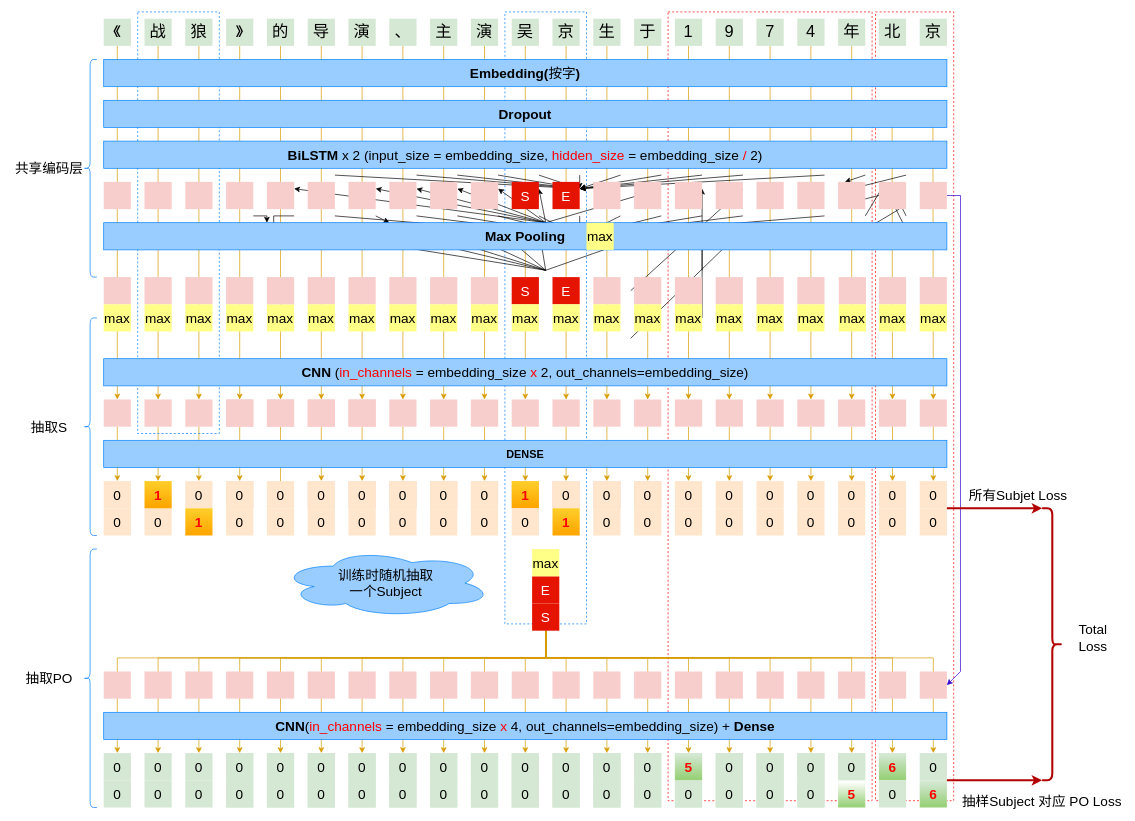
Above: 99_resources/11_img/Untitled Diagram.drawio in dataml-cn/playground (draw.io), before the change. Source tidied: cells renumbered, new cells numbered last; positions are measured from the earlier drawing's top-left corner, leaving out a move shared by most shapes. Both pictures are drawn from the tidied source at 68%, with x=0, y=0 at pixel (12, 12).
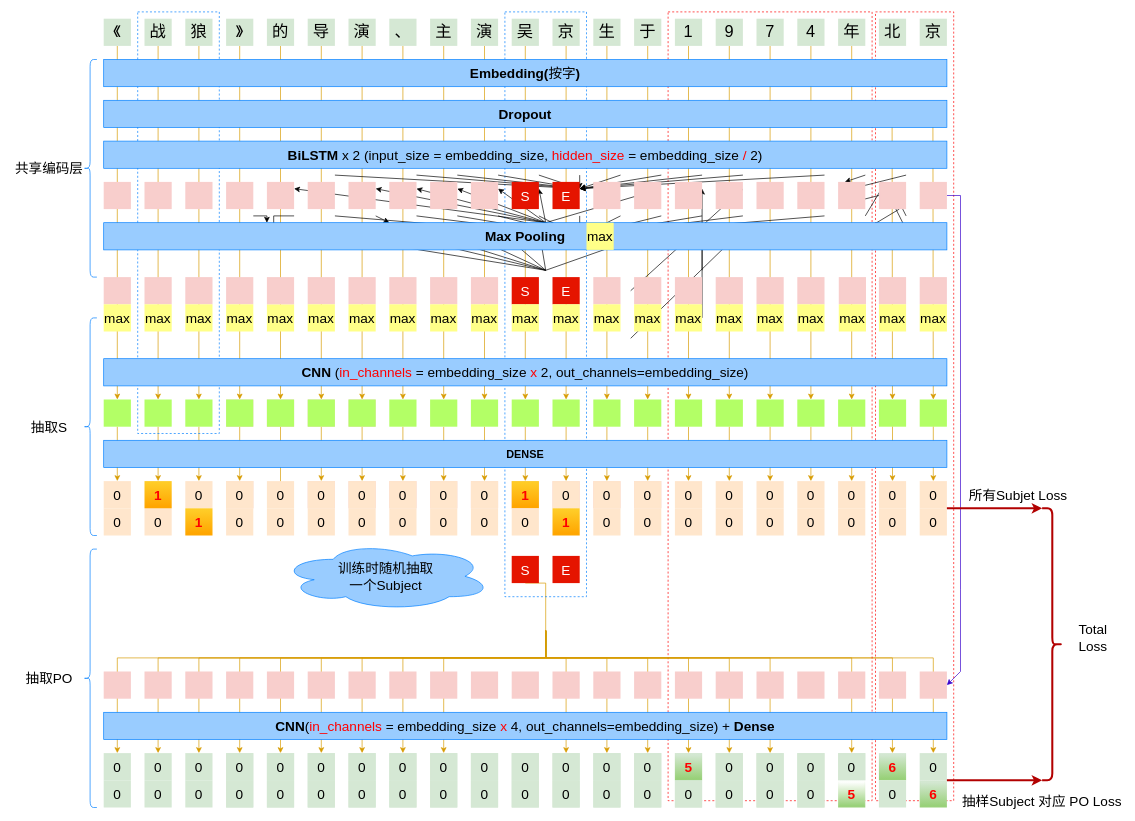
Above is the later version.

Unchanged cells that the change refers to:
```xml
<mxCell id="249" value="0" style="shape=ext;double=1;rounded=0;whiteSpace=wrap;html=1;fillColor=#d5e8d4;strokeColor=none;fontSize=20;" parent="1" vertex="1">
  <mxGeometry x="675" y="1090" width="40" height="40" as="geometry" />
</mxCell>
<mxCell id="251" value="0" style="shape=ext;double=1;rounded=0;whiteSpace=wrap;html=1;fillColor=#d5e8d4;strokeColor=none;fontSize=20;" parent="1" vertex="1">
  <mxGeometry x="735" y="1090" width="40" height="40" as="geometry" />
</mxCell>
<mxCell id="265" value="0" style="shape=ext;double=1;rounded=0;whiteSpace=wrap;html=1;fillColor=#d5e8d4;strokeColor=none;fontSize=20;" parent="1" vertex="1">
  <mxGeometry x="1155" y="1090" width="40" height="40" as="geometry" />
</mxCell>
```

Change to the diagram source:
```diff
@@
     <mxCell id="33" style="rounded=0;whiteSpace=wrap;html=1;shadow=0;glass=0;sketch=0;strokeColor=#007FFF;gradientColor=none;dashed=1;fillColor=none;" parent="1" vertex="1">
-      <mxGeometry x="725" width="120" height="900" as="geometry" />
+      <mxGeometry x="725" width="120" height="860" as="geometry" />
     </mxCell>
@@
-    <mxCell id="41" style="edgeStyle=orthogonalEdgeStyle;rounded=0;jettySize=auto;html=1;fillColor=#ffe6cc;strokeColor=#d79b00;entryX=0.5;entryY=0;entryDx=0;entryDy=0;exitX=0.5;exitY=1;exitDx=0;exitDy=0;" parent="1" edge="1" source="300" target="265">
-      <mxGeometry relative="1" as="geometry">
-        <Array as="points">
-          <mxPoint x="785" y="950" />
-          <mxPoint x="1175" y="950" />
-        </Array>
-      </mxGeometry>
-    </mxCell>
@@
-    <mxCell id="48" style="edgeStyle=orthogonalEdgeStyle;rounded=0;jettySize=auto;html=1;fillColor=#ffe6cc;strokeColor=#d79b00;entryX=0.5;entryY=0;entryDx=0;entryDy=0;exitX=0.5;exitY=1;exitDx=0;exitDy=0;" parent="1" edge="1" source="300" target="249">
-      <mxGeometry relative="1" as="geometry">
-        <Array as="points">
-          <mxPoint x="785" y="950" />
-          <mxPoint x="695" y="950" />
-        </Array>
-      </mxGeometry>
-    </mxCell>
-    <mxCell id="49" style="edgeStyle=orthogonalEdgeStyle;rounded=0;jettySize=auto;html=1;fillColor=#ffe6cc;strokeColor=#d79b00;entryX=0.5;entryY=0;entryDx=0;entryDy=0;exitX=0.5;exitY=1;exitDx=0;exitDy=0;" parent="1" edge="1" source="300" target="251">
-      <mxGeometry relative="1" as="geometry">
-        <Array as="points">
-          <mxPoint x="785" y="950" />
-          <mxPoint x="755" y="950" />
-        </Array>
-      </mxGeometry>
-    </mxCell>
@@
-    <mxCell id="132" style="shape=ext;double=1;rounded=0;whiteSpace=wrap;html=1;fillColor=#f8cecc;strokeColor=none;" parent="1" vertex="1">
+    <mxCell id="132" style="shape=ext;double=1;rounded=0;whiteSpace=wrap;html=1;strokeColor=none;fillColor=#B3FF66;" parent="1" vertex="1">
       <mxGeometry x="615" y="570" width="40" height="40" as="geometry" />
     </mxCell>
-    <mxCell id="133" style="shape=ext;double=1;rounded=0;whiteSpace=wrap;html=1;fillColor=#f8cecc;strokeColor=none;" parent="1" vertex="1">
+    <mxCell id="133" style="shape=ext;double=1;rounded=0;whiteSpace=wrap;html=1;strokeColor=none;fillColor=#B3FF66;" parent="1" vertex="1">
       <mxGeometry x="675" y="570" width="40" height="40" as="geometry" />
     </mxCell>
-    <mxCell id="134" style="shape=ext;double=1;rounded=0;whiteSpace=wrap;html=1;fillColor=#f8cecc;strokeColor=none;" parent="1" vertex="1">
+    <mxCell id="134" style="shape=ext;double=1;rounded=0;whiteSpace=wrap;html=1;strokeColor=none;fillColor=#B3FF66;" parent="1" vertex="1">
       <mxGeometry x="735" y="570" width="40" height="40" as="geometry" />
     </mxCell>
-    <mxCell id="135" style="shape=ext;double=1;rounded=0;whiteSpace=wrap;html=1;fillColor=#f8cecc;strokeColor=none;" parent="1" vertex="1">
+    <mxCell id="135" style="shape=ext;double=1;rounded=0;whiteSpace=wrap;html=1;strokeColor=none;fillColor=#B3FF66;" parent="1" vertex="1">
       <mxGeometry x="795" y="570" width="40" height="40" as="geometry" />
     </mxCell>
-    <mxCell id="136" style="shape=ext;double=1;rounded=0;whiteSpace=wrap;html=1;fillColor=#f8cecc;strokeColor=none;" parent="1" vertex="1">
+    <mxCell id="136" style="shape=ext;double=1;rounded=0;whiteSpace=wrap;html=1;strokeColor=none;fillColor=#B3FF66;" parent="1" vertex="1">
       <mxGeometry x="855" y="570" width="40" height="40" as="geometry" />
     </mxCell>
-    <mxCell id="137" style="shape=ext;double=1;rounded=0;whiteSpace=wrap;html=1;fillColor=#f8cecc;strokeColor=none;" parent="1" vertex="1">
+    <mxCell id="137" style="shape=ext;double=1;rounded=0;whiteSpace=wrap;html=1;strokeColor=none;fillColor=#B3FF66;" parent="1" vertex="1">
       <mxGeometry x="915" y="570" width="40" height="40" as="geometry" />
     </mxCell>
-    <mxCell id="138" style="shape=ext;double=1;rounded=0;whiteSpace=wrap;html=1;fillColor=#f8cecc;strokeColor=none;" parent="1" vertex="1">
+    <mxCell id="138" style="shape=ext;double=1;rounded=0;whiteSpace=wrap;html=1;strokeColor=none;fillColor=#B3FF66;" parent="1" vertex="1">
       <mxGeometry x="975" y="570" width="40" height="40" as="geometry" />
     </mxCell>
-    <mxCell id="139" style="shape=ext;double=1;rounded=0;whiteSpace=wrap;html=1;fillColor=#f8cecc;strokeColor=none;" parent="1" vertex="1">
+    <mxCell id="139" style="shape=ext;double=1;rounded=0;whiteSpace=wrap;html=1;strokeColor=none;fillColor=#B3FF66;" parent="1" vertex="1">
       <mxGeometry x="1095" y="570" width="40" height="40" as="geometry" />
     </mxCell>
-    <mxCell id="140" style="shape=ext;double=1;rounded=0;whiteSpace=wrap;html=1;fillColor=#f8cecc;strokeColor=none;" parent="1" vertex="1">
+    <mxCell id="140" style="shape=ext;double=1;rounded=0;whiteSpace=wrap;html=1;strokeColor=none;fillColor=#B3FF66;" parent="1" vertex="1">
       <mxGeometry x="1035" y="570" width="40" height="40" as="geometry" />
     </mxCell>
-    <mxCell id="141" style="shape=ext;double=1;rounded=0;whiteSpace=wrap;html=1;fillColor=#f8cecc;strokeColor=none;" parent="1" vertex="1">
+    <mxCell id="141" style="shape=ext;double=1;rounded=0;whiteSpace=wrap;html=1;strokeColor=none;fillColor=#B3FF66;" parent="1" vertex="1">
       <mxGeometry x="1155" y="570" width="40" height="40" as="geometry" />
     </mxCell>
-    <mxCell id="142" style="shape=ext;double=1;rounded=0;whiteSpace=wrap;html=1;fillColor=#f8cecc;strokeColor=none;" parent="1" vertex="1">
+    <mxCell id="142" style="shape=ext;double=1;rounded=0;whiteSpace=wrap;html=1;strokeColor=none;fillColor=#B3FF66;" parent="1" vertex="1">
       <mxGeometry x="1215" y="570" width="40" height="40" as="geometry" />
     </mxCell>
-    <mxCell id="143" style="shape=ext;double=1;rounded=0;whiteSpace=wrap;html=1;fillColor=#f8cecc;strokeColor=none;" parent="1" vertex="1">
+    <mxCell id="143" style="shape=ext;double=1;rounded=0;whiteSpace=wrap;html=1;strokeColor=none;fillColor=#B3FF66;" parent="1" vertex="1">
       <mxGeometry x="555" y="570" width="40" height="40" as="geometry" />
     </mxCell>
@@
-    <mxCell id="160" style="shape=ext;double=1;rounded=0;whiteSpace=wrap;html=1;fillColor=#f8cecc;strokeColor=none;" parent="1" vertex="1">
+    <mxCell id="160" style="shape=ext;double=1;rounded=0;whiteSpace=wrap;html=1;strokeColor=none;fillColor=#B3FF66;" parent="1" vertex="1">
       <mxGeometry x="315" y="570" width="40" height="40" as="geometry" />
     </mxCell>
-    <mxCell id="161" style="shape=ext;double=1;rounded=0;whiteSpace=wrap;html=1;fillColor=#f8cecc;strokeColor=none;" parent="1" vertex="1">
+    <mxCell id="161" style="shape=ext;double=1;rounded=0;whiteSpace=wrap;html=1;strokeColor=none;fillColor=#B3FF66;" parent="1" vertex="1">
       <mxGeometry x="375" y="570" width="40" height="40" as="geometry" />
     </mxCell>
-    <mxCell id="162" style="shape=ext;double=1;rounded=0;whiteSpace=wrap;html=1;fillColor=#f8cecc;strokeColor=none;" parent="1" vertex="1">
+    <mxCell id="162" style="shape=ext;double=1;rounded=0;whiteSpace=wrap;html=1;strokeColor=none;fillColor=#B3FF66;" parent="1" vertex="1">
       <mxGeometry x="435" y="570" width="40" height="40" as="geometry" />
     </mxCell>
-    <mxCell id="163" style="shape=ext;double=1;rounded=0;whiteSpace=wrap;html=1;fillColor=#f8cecc;strokeColor=none;" parent="1" vertex="1">
+    <mxCell id="163" style="shape=ext;double=1;rounded=0;whiteSpace=wrap;html=1;strokeColor=none;fillColor=#B3FF66;" parent="1" vertex="1">
       <mxGeometry x="495" y="570" width="40" height="40" as="geometry" />
     </mxCell>
@@
-    <mxCell id="277" style="shape=ext;double=1;rounded=0;whiteSpace=wrap;html=1;fillColor=#f8cecc;strokeColor=none;" parent="1" vertex="1">
+    <mxCell id="277" style="shape=ext;double=1;rounded=0;whiteSpace=wrap;html=1;strokeColor=none;fillColor=#B3FF66;" parent="1" vertex="1">
       <mxGeometry x="1275" y="570" width="40" height="40" as="geometry" />
     </mxCell>
-    <mxCell id="278" style="shape=ext;double=1;rounded=0;whiteSpace=wrap;html=1;fillColor=#f8cecc;strokeColor=none;" parent="1" vertex="1">
+    <mxCell id="278" style="shape=ext;double=1;rounded=0;whiteSpace=wrap;html=1;strokeColor=none;fillColor=#B3FF66;" parent="1" vertex="1">
       <mxGeometry x="1335" y="570" width="40" height="40" as="geometry" />
     </mxCell>
@@
     <mxCell id="299" value="&lt;font style=&quot;font-size: 20px&quot;&gt;训练时随机抽取&lt;br&gt;一个Subject&lt;/font&gt;" style="ellipse;shape=cloud;whiteSpace=wrap;html=1;rounded=0;shadow=0;glass=0;sketch=0;strokeColor=#007FFF;fillColor=#99CCFF;gradientColor=none;" parent="1" vertex="1">
-      <mxGeometry x="395" y="790" width="310" height="100" as="geometry" />
+      <mxGeometry x="395" y="780" width="310" height="100" as="geometry" />
     </mxCell>
     <mxCell id="300" value="&lt;font style=&quot;font-size: 20px&quot;&gt;S&lt;/font&gt;" style="shape=ext;double=1;rounded=0;whiteSpace=wrap;html=1;fillColor=#e51400;fontColor=#ffffff;strokeColor=none;" parent="1" vertex="1">
-      <mxGeometry x="765" y="870" width="40" height="40" as="geometry" />
+      <mxGeometry x="735" y="800" width="40" height="40" as="geometry" />
     </mxCell>
     <mxCell id="301" value="&lt;font style=&quot;font-size: 20px&quot;&gt;E&lt;/font&gt;" style="shape=ext;double=1;rounded=0;whiteSpace=wrap;html=1;fontColor=#ffffff;fillColor=#e51400;strokeColor=none;" parent="1" vertex="1">
-      <mxGeometry x="765" y="830" width="40" height="40" as="geometry" />
+      <mxGeometry x="795" y="800" width="40" height="40" as="geometry" />
     </mxCell>
@@
-    <mxCell id="313" style="shape=ext;double=1;rounded=0;whiteSpace=wrap;html=1;fillColor=#f8cecc;strokeColor=none;" parent="1" vertex="1">
+    <mxCell id="313" style="shape=ext;double=1;rounded=0;whiteSpace=wrap;html=1;strokeColor=none;fillColor=#B3FF66;" parent="1" vertex="1">
       <mxGeometry x="135" y="570" width="40" height="40" as="geometry" />
     </mxCell>
-    <mxCell id="314" style="shape=ext;double=1;rounded=0;whiteSpace=wrap;html=1;fillColor=#f8cecc;strokeColor=none;" parent="1" vertex="1">
+    <mxCell id="314" style="shape=ext;double=1;rounded=0;whiteSpace=wrap;html=1;strokeColor=none;fillColor=#B3FF66;" parent="1" vertex="1">
       <mxGeometry x="195" y="570" width="40" height="40" as="geometry" />
     </mxCell>
-    <mxCell id="315" style="shape=ext;double=1;rounded=0;whiteSpace=wrap;html=1;fillColor=#f8cecc;strokeColor=none;" parent="1" vertex="1">
+    <mxCell id="315" style="shape=ext;double=1;rounded=0;whiteSpace=wrap;html=1;strokeColor=none;fillColor=#B3FF66;" parent="1" vertex="1">
       <mxGeometry x="255" y="570" width="40" height="40" as="geometry" />
     </mxCell>
@@
-    <mxCell id="359" value="&lt;font style=&quot;font-size: 20px&quot;&gt;max&lt;/font&gt;" style="shape=ext;double=1;rounded=0;whiteSpace=wrap;html=1;fillColor=#ffff88;strokeColor=none;" parent="1" vertex="1">
-      <mxGeometry x="765" y="790" width="40" height="40" as="geometry" />
-    </mxCell>
```
